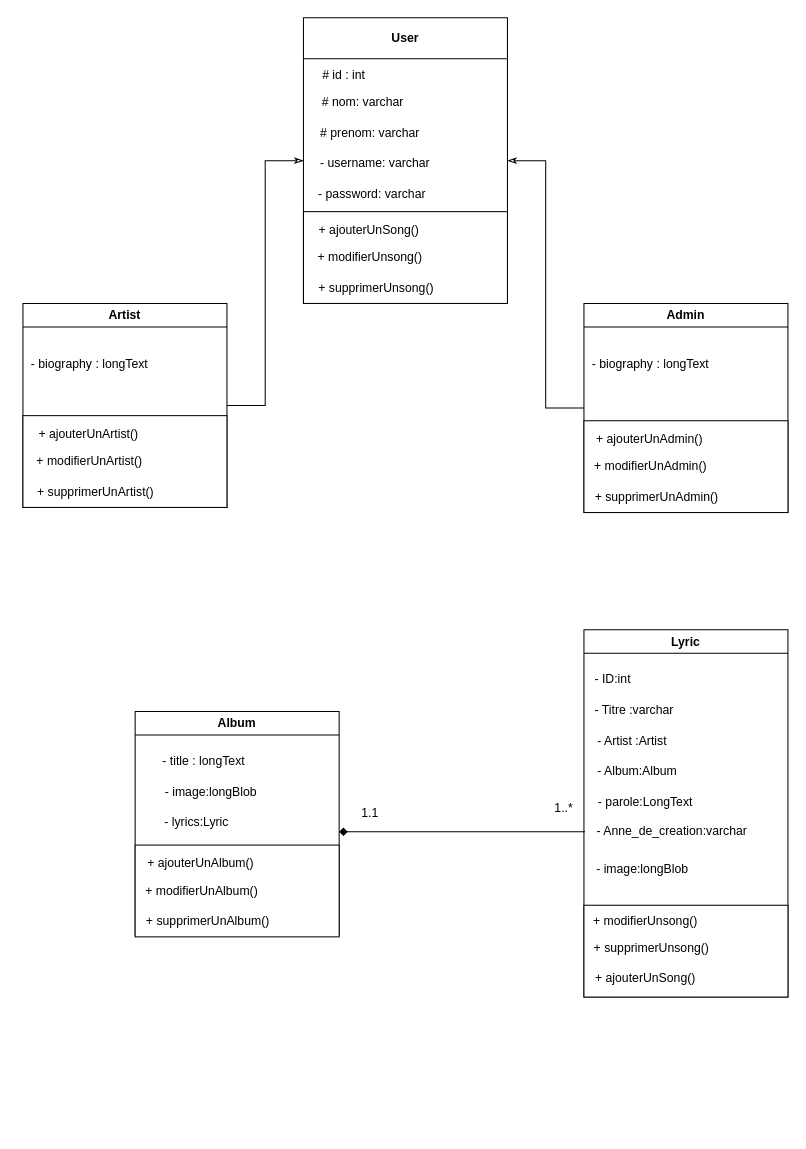
Earlier version of the draw.io diagram UMLs/uml_de_class.drawio (mounirelbakkali1/e-lyrics-app-org). Source tidied: cells renumbered, new cells numbered last; positions are measured from the earlier drawing's top-left corner, leaving out a move shared by most shapes. Both pictures are drawn from the tidied source at 102%, with x=0, y=0 at pixel (17, 17).
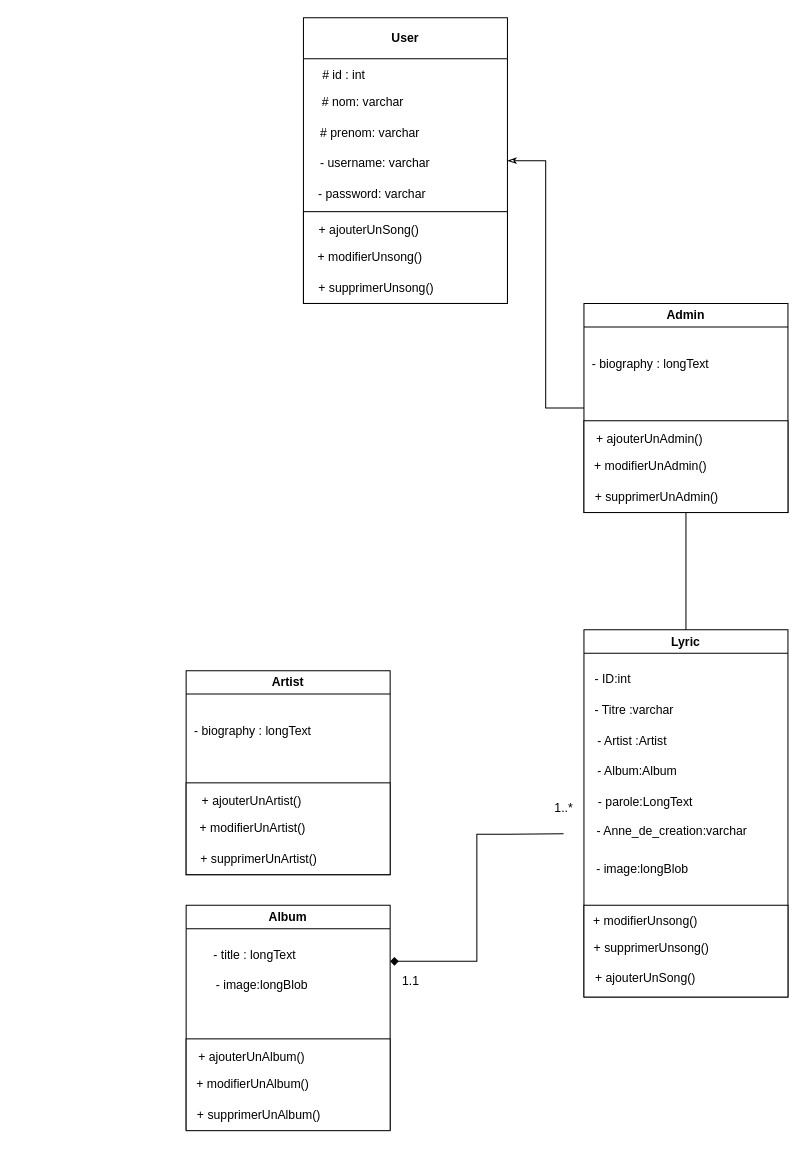
The same page after the edit.

Unchanged cells that the change refers to:
```xml
<mxCell id="2" value="Lyric" style="swimlane;whiteSpace=wrap;html=1;" parent="1" vertex="1">
  <mxGeometry x="555" y="600" width="200" height="360" as="geometry" />
</mxCell>
<mxCell id="6" value="- Anne_de_creation:varchar" style="text;html=1;align=center;verticalAlign=middle;points=[];strokeColor=none;fillColor=none;" parent="2" vertex="1">
  <mxGeometry x="1" y="183" width="170" height="30" as="geometry" />
</mxCell>
<mxCell id="23" value="User" style="swimlane;whiteSpace=wrap;html=1;startSize=40;" parent="1" vertex="1">
  <mxGeometry x="280" width="200" height="280" as="geometry" />
</mxCell>
<mxCell id="44" value="Admin" style="swimlane;whiteSpace=wrap;html=1;" parent="1" vertex="1">
  <mxGeometry x="555" y="280" width="200" height="205" as="geometry" />
</mxCell>
```

What changed in the source:
```diff
@@
-    <mxCell id="15" style="edgeStyle=orthogonalEdgeStyle;rounded=0;jettySize=auto;html=1;entryX=0;entryY=0.5;entryDx=0;entryDy=0;endArrow=classicThin;endFill=0;" parent="1" edge="1" source="16" target="23">
-      <mxGeometry relative="1" as="geometry" />
-    </mxCell>
     <mxCell id="16" value="Artist" style="swimlane;whiteSpace=wrap;html=1;" parent="1" vertex="1">
-      <mxGeometry x="5" y="280" width="200" height="200" as="geometry" />
+      <mxGeometry x="165" y="640" width="200" height="200" as="geometry" />
     </mxCell>
@@
     <mxCell id="34" value="Album" style="swimlane;whiteSpace=wrap;html=1;" parent="1" vertex="1">
-      <mxGeometry x="115" y="680" width="200" height="220" as="geometry" />
+      <mxGeometry x="165" y="870" width="200" height="220" as="geometry" />
     </mxCell>
@@
-    <mxCell id="42" value="- lyrics:Lyric" style="text;html=1;align=center;verticalAlign=middle;strokeColor=none;fillColor=none;" parent="34" vertex="1">
-      <mxGeometry x="15" y="94" width="90" height="30" as="geometry" />
-    </mxCell>
@@
+    <mxCell id="54" style="edgeStyle=orthogonalEdgeStyle;rounded=0;jettySize=auto;html=1;entryX=0.5;entryY=0;entryDx=0;entryDy=0;endArrow=none;endFill=0;" parent="1" edge="1" source="44" target="2">
+      <mxGeometry relative="1" as="geometry" />
+    </mxCell>
@@
     <mxCell id="52" value="1.1" style="text;html=1;align=center;verticalAlign=middle;strokeColor=none;fillColor=none;" parent="1" vertex="1">
-      <mxGeometry x="325" y="765" width="40" height="30" as="geometry" />
+      <mxGeometry x="365" y="930" width="40" height="30" as="geometry" />
     </mxCell>
-    <mxCell id="53" style="edgeStyle=orthogonalEdgeStyle;rounded=0;jettySize=auto;html=1;endArrow=diamond;endFill=1;" parent="1" edge="1" source="6">
+    <mxCell id="53" style="edgeStyle=orthogonalEdgeStyle;rounded=0;jettySize=auto;html=1;endArrow=diamond;endFill=1;entryX=1;entryY=0.25;entryDx=0;entryDy=0;" parent="1" edge="1" target="34">
       <mxGeometry relative="1" as="geometry">
-        <mxPoint x="315" y="798" as="targetPoint" />
+        <mxPoint x="535" y="800" as="sourcePoint" />
       </mxGeometry>
     </mxCell>
```
